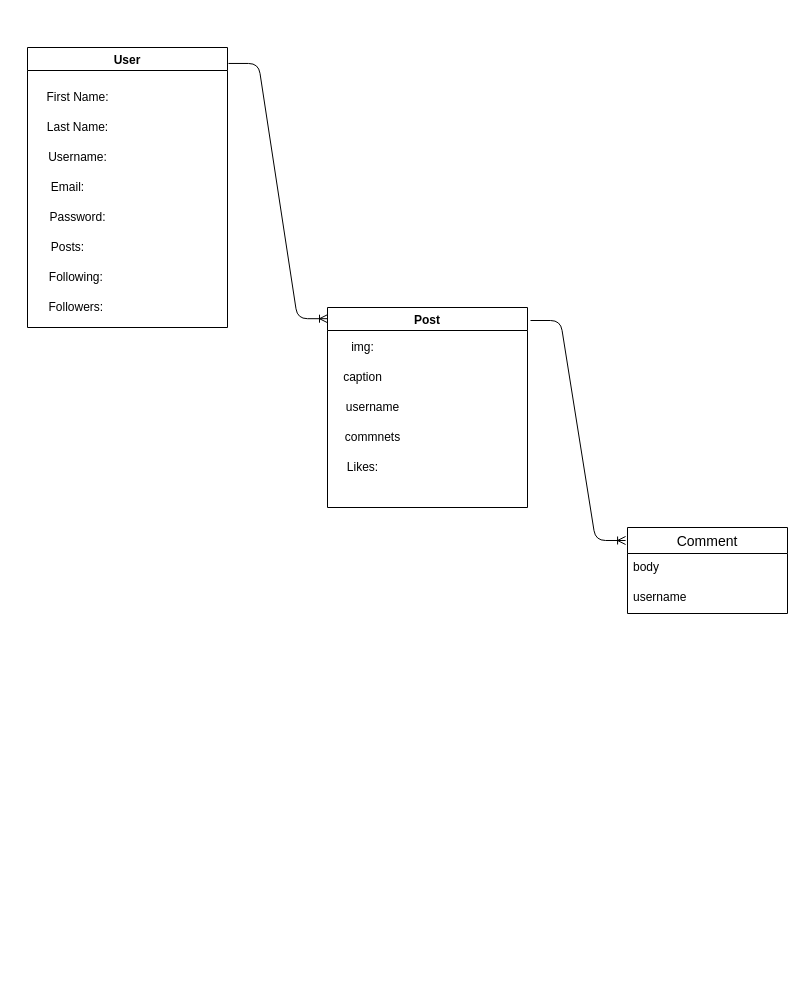
Before: ERD.drawio in raulrodriguez8/myReddit, a draw.io diagram. Source tidied: cells renumbered, new cells numbered last; positions are measured from the earlier drawing's top-left corner, leaving out a move shared by most shapes. Both pictures are drawn from the tidied source at 100%, with x=0, y=0 at pixel (27, 47).
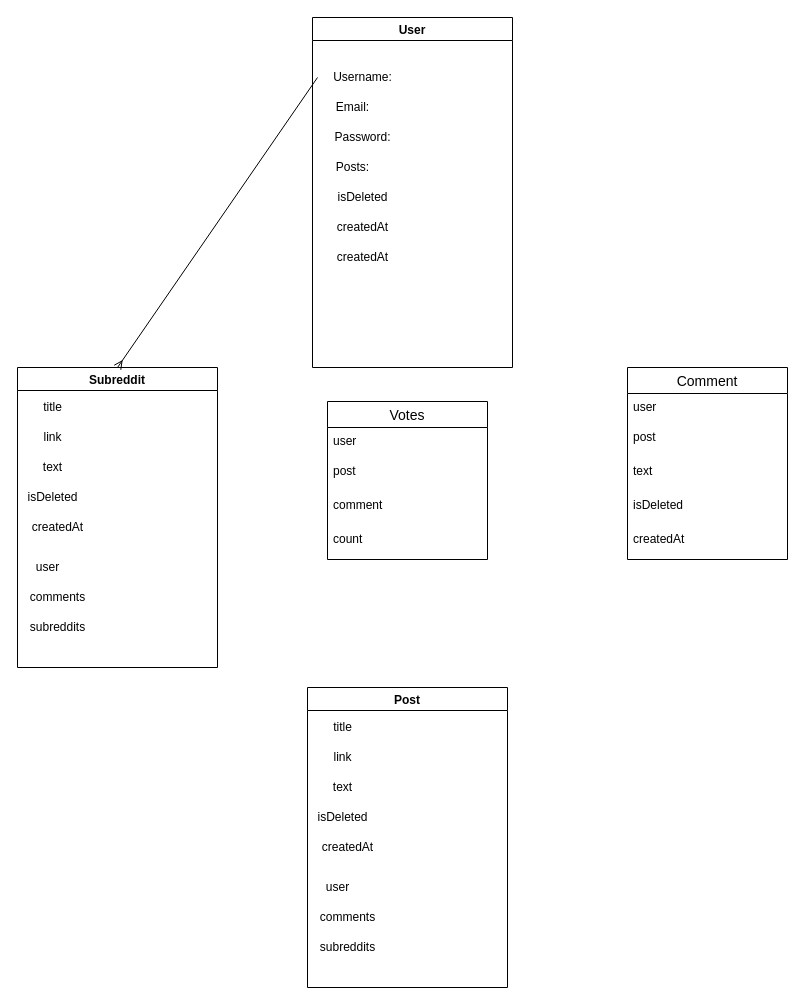
The same diagram, later.

What changed in the source:
```diff
@@
     <mxCell id="2" value="User" style="swimlane;" parent="1" vertex="1">
-      <mxGeometry width="200" height="280" as="geometry" />
+      <mxGeometry x="285" y="-30" width="200" height="350" as="geometry" />
     </mxCell>
-    <mxCell id="3" value="First Name:" style="text;html=1;align=center;verticalAlign=middle;" parent="2" vertex="1">
-      <mxGeometry x="10" y="40" width="80" height="20" as="geometry" />
-    </mxCell>
-    <mxCell id="4" value="Last Name:" style="text;html=1;align=center;verticalAlign=middle;" parent="2" vertex="1">
-      <mxGeometry x="10" y="70" width="80" height="20" as="geometry" />
-    </mxCell>
     <mxCell id="5" value="Username:" style="text;html=1;align=center;verticalAlign=middle;" parent="2" vertex="1">
-      <mxGeometry x="15" y="100" width="70" height="20" as="geometry" />
+      <mxGeometry x="15" y="50" width="70" height="20" as="geometry" />
     </mxCell>
     <mxCell id="6" value="Email:" style="text;html=1;align=center;verticalAlign=middle;" parent="2" vertex="1">
-      <mxGeometry x="15" y="130" width="50" height="20" as="geometry" />
+      <mxGeometry x="15" y="80" width="50" height="20" as="geometry" />
     </mxCell>
     <mxCell id="7" value="Password:" style="text;html=1;align=center;verticalAlign=middle;" parent="2" vertex="1">
-      <mxGeometry x="15" y="160" width="70" height="20" as="geometry" />
+      <mxGeometry x="15" y="110" width="70" height="20" as="geometry" />
     </mxCell>
     <mxCell id="8" value="Posts:" style="text;html=1;align=center;verticalAlign=middle;" parent="2" vertex="1">
-      <mxGeometry x="15" y="190" width="50" height="20" as="geometry" />
+      <mxGeometry x="15" y="140" width="50" height="20" as="geometry" />
     </mxCell>
-    <mxCell id="9" value="Followers:&amp;nbsp;" style="text;html=1;align=center;verticalAlign=middle;" parent="2" vertex="1">
-      <mxGeometry x="15" y="250" width="70" height="20" as="geometry" />
-    </mxCell>
-    <mxCell id="10" value="Following:&amp;nbsp;" style="text;html=1;align=center;verticalAlign=middle;" parent="2" vertex="1">
-      <mxGeometry x="15" y="220" width="70" height="20" as="geometry" />
+    <mxCell id="10" value="isDeleted" style="text;html=1;align=center;verticalAlign=middle;" parent="2" vertex="1">
+      <mxGeometry x="15" y="170" width="70" height="20" as="geometry" />
     </mxCell>
+    <mxCell id="22" value="createdAt" style="text;html=1;align=center;verticalAlign=middle;" parent="2" vertex="1">
+      <mxGeometry x="15" y="200" width="70" height="20" as="geometry" />
+    </mxCell>
+    <mxCell id="23" value="createdAt" style="text;html=1;align=center;verticalAlign=middle;" parent="2" vertex="1">
+      <mxGeometry x="15" y="230" width="70" height="20" as="geometry" />
+    </mxCell>
     <mxCell id="11" value="Post" style="swimlane;" parent="1" vertex="1">
-      <mxGeometry x="300" y="260" width="200" height="200" as="geometry" />
+      <mxGeometry x="280" y="640" width="200" height="300" as="geometry" />
     </mxCell>
-    <mxCell id="12" value="username" style="text;html=1;align=center;verticalAlign=middle;" parent="11" vertex="1">
-      <mxGeometry x="10" y="90" width="70" height="20" as="geometry" />
+    <mxCell id="12" value="text" style="text;html=1;align=center;verticalAlign=middle;" parent="11" vertex="1">
+      <mxGeometry x="20" y="90" width="30" height="20" as="geometry" />
     </mxCell>
-    <mxCell id="13" value="caption" style="text;html=1;align=center;verticalAlign=middle;" parent="11" vertex="1">
-      <mxGeometry x="10" y="60" width="50" height="20" as="geometry" />
+    <mxCell id="13" value="link" style="text;html=1;align=center;verticalAlign=middle;" parent="11" vertex="1">
+      <mxGeometry x="20" y="60" width="30" height="20" as="geometry" />
     </mxCell>
-    <mxCell id="14" value="commnets" style="text;html=1;align=center;verticalAlign=middle;" parent="11" vertex="1">
-      <mxGeometry x="10" y="120" width="70" height="20" as="geometry" />
-    </mxCell>
-    <mxCell id="15" value="img:" style="text;html=1;align=center;verticalAlign=middle;" parent="11" vertex="1">
-      <mxGeometry x="15" y="30" width="40" height="20" as="geometry" />
+    <mxCell id="15" value="title" style="text;html=1;align=center;verticalAlign=middle;" parent="11" vertex="1">
+      <mxGeometry x="20" y="30" width="30" height="20" as="geometry" />
     </mxCell>
-    <mxCell id="16" value="Likes:" style="text;html=1;align=center;verticalAlign=middle;" parent="11" vertex="1">
-      <mxGeometry x="10" y="150" width="50" height="20" as="geometry" />
+    <mxCell id="16" value="isDeleted" style="text;html=1;align=center;verticalAlign=middle;" parent="11" vertex="1">
+      <mxGeometry y="120" width="70" height="20" as="geometry" />
     </mxCell>
-    <mxCell id="17" style="edgeStyle=entityRelationEdgeStyle;fontSize=12;html=1;endArrow=ERoneToMany;entryX=0;entryY=0.056;entryDx=0;entryDy=0;exitX=1.005;exitY=0.057;exitDx=0;exitDy=0;entryPerimeter=0;exitPerimeter=0;" parent="1" edge="1" source="2" target="11">
-      <mxGeometry relative="1" as="geometry" />
-    </mxCell>
+    <mxCell id="9" value="createdAt" style="text;html=1;align=center;verticalAlign=middle;" parent="11" vertex="1">
+      <mxGeometry x="5" y="150" width="70" height="20" as="geometry" />
+    </mxCell>
+    <mxCell id="24" value="user" style="text;html=1;align=center;verticalAlign=middle;" parent="11" vertex="1">
+      <mxGeometry x="10" y="190" width="40" height="20" as="geometry" />
+    </mxCell>
+    <mxCell id="25" value="comments&lt;br&gt;" style="text;html=1;align=center;verticalAlign=middle;" parent="11" vertex="1">
+      <mxGeometry x="5" y="220" width="70" height="20" as="geometry" />
+    </mxCell>
+    <mxCell id="26" value="subreddits" style="text;html=1;align=center;verticalAlign=middle;" parent="11" vertex="1">
+      <mxGeometry x="5" y="250" width="70" height="20" as="geometry" />
+    </mxCell>
     <mxCell id="18" value="Comment" style="swimlane;fontStyle=0;horizontal=1;startSize=26;align=center;fontSize=14;" parent="1" vertex="1">
-      <mxGeometry x="600" y="480" width="160" height="86" as="geometry" />
+      <mxGeometry x="600" y="320" width="160" height="192" as="geometry" />
     </mxCell>
-    <mxCell id="19" value="body" style="text;strokeColor=none;fillColor=none;spacingLeft=4;spacingRight=4;overflow=hidden;fontSize=12;" parent="18" vertex="1">
+    <mxCell id="19" value="user" style="text;strokeColor=none;fillColor=none;spacingLeft=4;spacingRight=4;overflow=hidden;fontSize=12;" parent="18" vertex="1">
       <mxGeometry y="26" width="160" height="30" as="geometry" />
     </mxCell>
+    <mxCell id="27" value="post" style="text;strokeColor=none;fillColor=none;spacingLeft=4;spacingRight=4;overflow=hidden;fontSize=12;" parent="18" vertex="1">
+      <mxGeometry y="56" width="160" height="34" as="geometry" />
+    </mxCell>
-    <mxCell id="20" value="username" style="text;strokeColor=none;fillColor=none;spacingLeft=4;spacingRight=4;overflow=hidden;fontSize=12;" parent="18" vertex="1">
-      <mxGeometry y="56" width="160" height="30" as="geometry" />
+    <mxCell id="20" value="text" style="text;strokeColor=none;fillColor=none;spacingLeft=4;spacingRight=4;overflow=hidden;fontSize=12;" parent="18" vertex="1">
+      <mxGeometry y="90" width="160" height="34" as="geometry" />
     </mxCell>
-    <mxCell id="21" style="edgeStyle=entityRelationEdgeStyle;fontSize=12;html=1;endArrow=ERoneToMany;exitX=1.015;exitY=0.065;exitDx=0;exitDy=0;exitPerimeter=0;entryX=-0.012;entryY=0.151;entryDx=0;entryDy=0;entryPerimeter=0;" parent="1" edge="1" source="11" target="18">
-      <mxGeometry relative="1" as="geometry" />
-    </mxCell>
+    <mxCell id="28" value="isDeleted" style="text;strokeColor=none;fillColor=none;spacingLeft=4;spacingRight=4;overflow=hidden;fontSize=12;" parent="18" vertex="1">
+      <mxGeometry y="124" width="160" height="34" as="geometry" />
+    </mxCell>
+    <mxCell id="29" value="createdAt" style="text;strokeColor=none;fillColor=none;spacingLeft=4;spacingRight=4;overflow=hidden;fontSize=12;" parent="18" vertex="1">
+      <mxGeometry y="158" width="160" height="34" as="geometry" />
+    </mxCell>
+    <mxCell id="30" value="Subreddit" style="swimlane;" parent="1" vertex="1">
+      <mxGeometry x="-10" y="320" width="200" height="300" as="geometry" />
+    </mxCell>
+    <mxCell id="31" value="text" style="text;html=1;align=center;verticalAlign=middle;" parent="30" vertex="1">
+      <mxGeometry x="20" y="90" width="30" height="20" as="geometry" />
+    </mxCell>
+    <mxCell id="32" value="link" style="text;html=1;align=center;verticalAlign=middle;" parent="30" vertex="1">
+      <mxGeometry x="20" y="60" width="30" height="20" as="geometry" />
+    </mxCell>
+    <mxCell id="33" value="title" style="text;html=1;align=center;verticalAlign=middle;" parent="30" vertex="1">
+      <mxGeometry x="20" y="30" width="30" height="20" as="geometry" />
+    </mxCell>
+    <mxCell id="34" value="isDeleted" style="text;html=1;align=center;verticalAlign=middle;" parent="30" vertex="1">
+      <mxGeometry y="120" width="70" height="20" as="geometry" />
+    </mxCell>
+    <mxCell id="35" value="createdAt" style="text;html=1;align=center;verticalAlign=middle;" parent="30" vertex="1">
+      <mxGeometry x="5" y="150" width="70" height="20" as="geometry" />
+    </mxCell>
+    <mxCell id="36" value="user" style="text;html=1;align=center;verticalAlign=middle;" parent="30" vertex="1">
+      <mxGeometry x="10" y="190" width="40" height="20" as="geometry" />
+    </mxCell>
+    <mxCell id="37" value="comments&lt;br&gt;" style="text;html=1;align=center;verticalAlign=middle;" parent="30" vertex="1">
+      <mxGeometry x="5" y="220" width="70" height="20" as="geometry" />
+    </mxCell>
+    <mxCell id="38" value="subreddits" style="text;html=1;align=center;verticalAlign=middle;" parent="30" vertex="1">
+      <mxGeometry x="5" y="250" width="70" height="20" as="geometry" />
+    </mxCell>
+    <mxCell id="39" value="Votes" style="swimlane;fontStyle=0;horizontal=1;startSize=26;align=center;fontSize=14;" parent="1" vertex="1">
+      <mxGeometry x="300" y="354" width="160" height="158" as="geometry" />
+    </mxCell>
+    <mxCell id="40" value="user" style="text;strokeColor=none;fillColor=none;spacingLeft=4;spacingRight=4;overflow=hidden;fontSize=12;" parent="39" vertex="1">
+      <mxGeometry y="26" width="160" height="30" as="geometry" />
+    </mxCell>
+    <mxCell id="41" value="post" style="text;strokeColor=none;fillColor=none;spacingLeft=4;spacingRight=4;overflow=hidden;fontSize=12;" parent="39" vertex="1">
+      <mxGeometry y="56" width="160" height="34" as="geometry" />
+    </mxCell>
+    <mxCell id="42" value="comment" style="text;strokeColor=none;fillColor=none;spacingLeft=4;spacingRight=4;overflow=hidden;fontSize=12;" parent="39" vertex="1">
+      <mxGeometry y="90" width="160" height="34" as="geometry" />
+    </mxCell>
+    <mxCell id="43" value="count" style="text;strokeColor=none;fillColor=none;spacingLeft=4;spacingRight=4;overflow=hidden;fontSize=12;" parent="39" vertex="1">
+      <mxGeometry y="124" width="160" height="34" as="geometry" />
+    </mxCell>
+    <mxCell id="44" style="endArrow=none;html=1;exitX=0.5;exitY=0;exitDx=0;exitDy=0;startArrow=ERmany;startFill=0;" parent="1" edge="1" source="30">
+      <mxGeometry relative="1" as="geometry">
+        <mxPoint x="290" y="30" as="targetPoint" />
+      </mxGeometry>
+    </mxCell>
```
